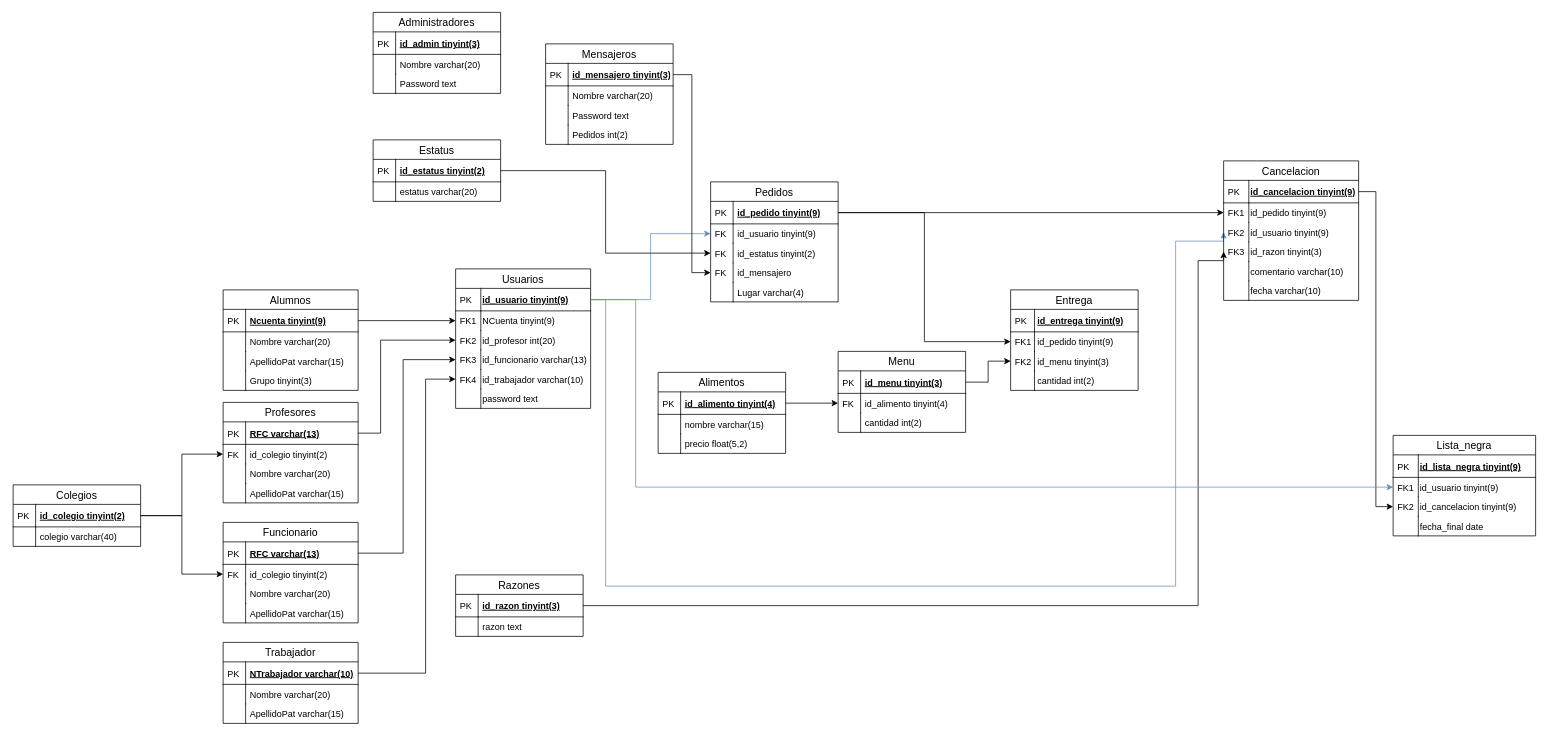
Earlier version of the draw.io diagram bd.drawio (Whoever-ThisIs/Proyecto-1). Source tidied: cells renumbered, new cells numbered last; positions are measured from the earlier drawing's top-left corner, leaving out a move shared by most shapes. Both pictures are drawn from the tidied source at 75%, with x=0, y=0 at pixel (13, 12).
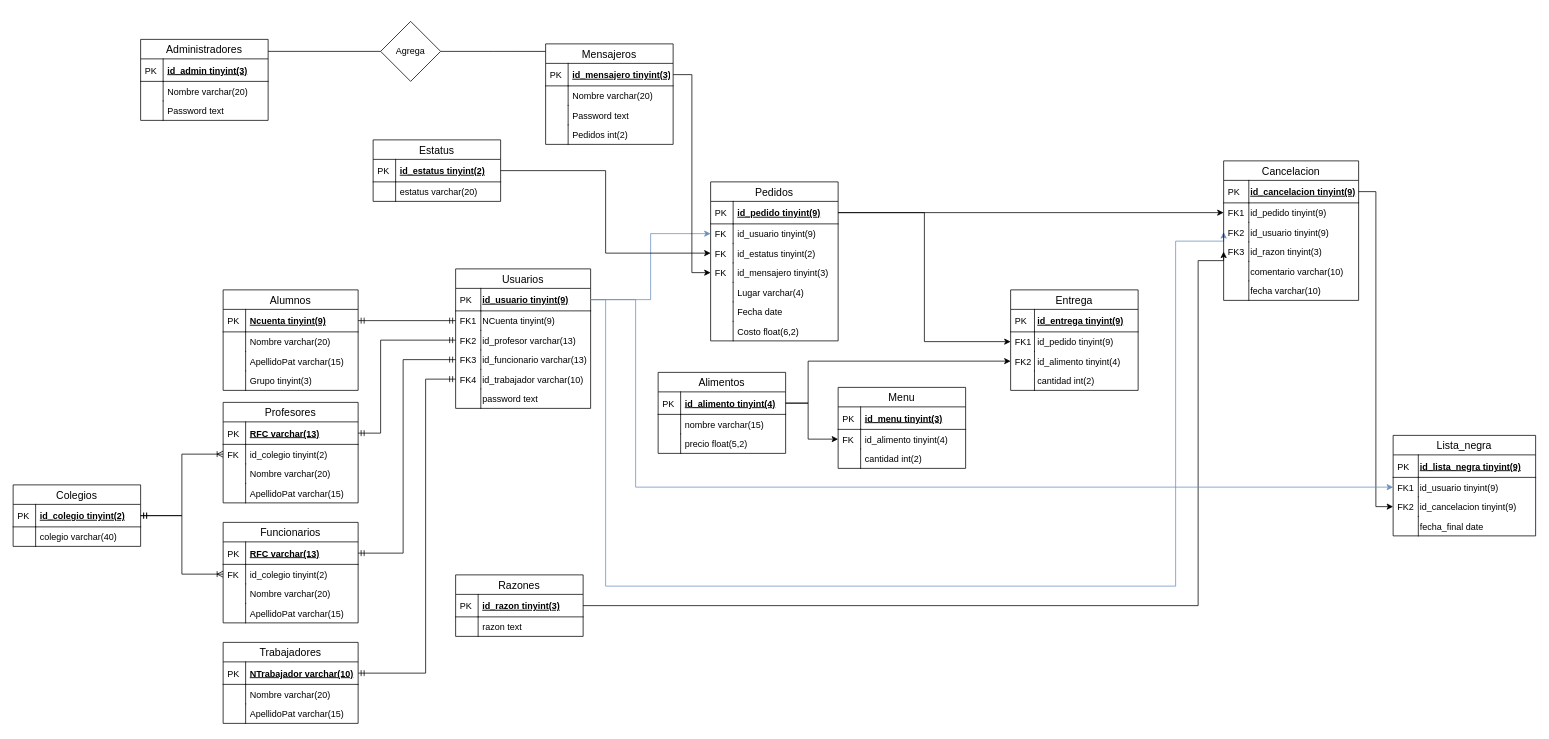
Above is the later version.

Unchanged cells that the change refers to:
```xml
<mxCell id="5" value="Ncuenta tinyint(9)" style="shape=partialRectangle;top=0;left=0;right=0;bottom=1;align=left;verticalAlign=middle;fillColor=none;spacingLeft=34;spacingRight=4;overflow=hidden;points=[[0,0.5],[1,0.5]];portConstraint=eastwest;fontStyle=5;fontSize=12;" parent="4" vertex="1">
  <mxGeometry y="26" width="180" height="30" as="geometry" />
</mxCell>
<mxCell id="13" value="Usuarios" style="swimlane;fontStyle=0;horizontal=1;startSize=26;align=center;fontSize=14;" parent="1" vertex="1">
  <mxGeometry x="590" y="342" width="180" height="186" as="geometry" />
</mxCell>
<mxCell id="16" value="NCuenta tinyint(9)" style="shape=partialRectangle;top=0;left=0;right=0;bottom=0;align=left;verticalAlign=top;fillColor=none;spacingLeft=34;spacingRight=4;overflow=hidden;points=[[0,0.5],[1,0.5]];portConstraint=eastwest;fontSize=12;" parent="13" vertex="1">
  <mxGeometry y="56" width="180" height="26" as="geometry" />
</mxCell>
<mxCell id="20" value="id_funcionario varchar(13)" style="shape=partialRectangle;top=0;left=0;right=0;bottom=0;align=left;verticalAlign=top;fillColor=none;spacingLeft=34;spacingRight=4;overflow=hidden;points=[[0,0.5],[1,0.5]];portConstraint=eastwest;fontSize=12;" parent="13" vertex="1">
  <mxGeometry y="108" width="180" height="26" as="geometry" />
</mxCell>
<mxCell id="22" value="id_trabajador varchar(10)" style="shape=partialRectangle;top=0;left=0;right=0;bottom=0;align=left;verticalAlign=top;fillColor=none;spacingLeft=34;spacingRight=4;overflow=hidden;points=[[0,0.5],[1,0.5]];portConstraint=eastwest;fontSize=12;" parent="13" vertex="1">
  <mxGeometry y="134" width="180" height="26" as="geometry" />
</mxCell>
<mxCell id="27" value="RFC varchar(13)" style="shape=partialRectangle;top=0;left=0;right=0;bottom=1;align=left;verticalAlign=middle;fillColor=none;spacingLeft=34;spacingRight=4;overflow=hidden;points=[[0,0.5],[1,0.5]];portConstraint=eastwest;fontStyle=5;fontSize=12;" parent="26" vertex="1">
  <mxGeometry y="26" width="180" height="30" as="geometry" />
</mxCell>
<mxCell id="29" value="id_colegio tinyint(2)" style="shape=partialRectangle;top=0;left=0;right=0;bottom=0;align=left;verticalAlign=top;fillColor=none;spacingLeft=34;spacingRight=4;overflow=hidden;points=[[0,0.5],[1,0.5]];portConstraint=eastwest;fontSize=12;" parent="26" vertex="1">
  <mxGeometry y="56" width="180" height="26" as="geometry" />
</mxCell>
<mxCell id="36" value="RFC varchar(13)" style="shape=partialRectangle;top=0;left=0;right=0;bottom=1;align=left;verticalAlign=middle;fillColor=none;spacingLeft=34;spacingRight=4;overflow=hidden;points=[[0,0.5],[1,0.5]];portConstraint=eastwest;fontStyle=5;fontSize=12;" parent="35" vertex="1">
  <mxGeometry y="26" width="180" height="30" as="geometry" />
</mxCell>
<mxCell id="38" value="id_colegio tinyint(2)" style="shape=partialRectangle;top=0;left=0;right=0;bottom=0;align=left;verticalAlign=top;fillColor=none;spacingLeft=34;spacingRight=4;overflow=hidden;points=[[0,0.5],[1,0.5]];portConstraint=eastwest;fontSize=12;" parent="35" vertex="1">
  <mxGeometry y="56" width="180" height="26" as="geometry" />
</mxCell>
<mxCell id="46" value="NTrabajador varchar(10)" style="shape=partialRectangle;top=0;left=0;right=0;bottom=1;align=left;verticalAlign=middle;fillColor=none;spacingLeft=34;spacingRight=4;overflow=hidden;points=[[0,0.5],[1,0.5]];portConstraint=eastwest;fontStyle=5;fontSize=12;" parent="45" vertex="1">
  <mxGeometry y="26" width="180" height="30" as="geometry" />
</mxCell>
<mxCell id="69" value="id_colegio tinyint(2)" style="shape=partialRectangle;top=0;left=0;right=0;bottom=1;align=left;verticalAlign=middle;fillColor=none;spacingLeft=34;spacingRight=4;overflow=hidden;points=[[0,0.5],[1,0.5]];portConstraint=eastwest;fontStyle=5;fontSize=12;" parent="68" vertex="1">
  <mxGeometry y="26" width="170" height="30" as="geometry" />
</mxCell>
<mxCell id="74" value="id_alimento tinyint(4)" style="shape=partialRectangle;top=0;left=0;right=0;bottom=1;align=left;verticalAlign=middle;fillColor=none;spacingLeft=34;spacingRight=4;overflow=hidden;points=[[0,0.5],[1,0.5]];portConstraint=eastwest;fontStyle=5;fontSize=12;" parent="73" vertex="1">
  <mxGeometry y="26" width="170" height="30" as="geometry" />
</mxCell>
<mxCell id="87" value="Entrega" style="swimlane;fontStyle=0;horizontal=1;startSize=26;align=center;fontSize=14;" parent="1" vertex="1">
  <mxGeometry x="1330" y="370" width="170" height="134" as="geometry" />
</mxCell>
<mxCell id="136" value="Mensajeros" style="swimlane;fontStyle=0;horizontal=1;startSize=26;align=center;fontSize=14;" parent="1" vertex="1">
  <mxGeometry x="710" y="42" width="170" height="134" as="geometry" />
</mxCell>
```

Diff of the diagram source:
```diff
@@
-    <mxCell id="2" style="edgeStyle=orthogonalEdgeStyle;rounded=0;jettySize=auto;html=1;exitX=1;exitY=0.5;exitDx=0;exitDy=0;entryX=0;entryY=0.5;entryDx=0;entryDy=0;fontSize=14;" parent="1" edge="1" source="5" target="16">
+    <mxCell id="2" style="edgeStyle=orthogonalEdgeStyle;rounded=0;jettySize=auto;html=1;exitX=1;exitY=0.5;exitDx=0;exitDy=0;entryX=0;entryY=0.5;entryDx=0;entryDy=0;fontSize=14;endArrow=ERmandOne;endFill=0;startArrow=ERmandOne;startFill=0;" parent="1" edge="1" source="5" target="16">
       <mxGeometry relative="1" as="geometry" />
     </mxCell>
-    <mxCell id="3" style="edgeStyle=orthogonalEdgeStyle;rounded=0;jettySize=auto;html=1;exitX=1;exitY=0.5;exitDx=0;exitDy=0;entryX=0;entryY=0.5;entryDx=0;entryDy=0;fontSize=14;" parent="1" edge="1" source="27" target="18">
+    <mxCell id="3" style="edgeStyle=orthogonalEdgeStyle;rounded=0;jettySize=auto;html=1;exitX=1;exitY=0.5;exitDx=0;exitDy=0;entryX=0;entryY=0.5;entryDx=0;entryDy=0;fontSize=14;endArrow=ERmandOne;endFill=0;startArrow=ERmandOne;startFill=0;" parent="1" edge="1" source="27" target="18">
       <mxGeometry relative="1" as="geometry">
         <Array as="points">
           <mxPoint x="490" y="561" />
           <mxPoint x="490" y="437" />
         </Array>
       </mxGeometry>
     </mxCell>
@@
-    <mxCell id="18" value="id_profesor int(20)" style="shape=partialRectangle;top=0;left=0;right=0;bottom=0;align=left;verticalAlign=top;fillColor=none;spacingLeft=34;spacingRight=4;overflow=hidden;points=[[0,0.5],[1,0.5]];portConstraint=eastwest;fontSize=12;" parent="13" vertex="1">
+    <mxCell id="18" value="id_profesor varchar(13)" style="shape=partialRectangle;top=0;left=0;right=0;bottom=0;align=left;verticalAlign=top;fillColor=none;spacingLeft=34;spacingRight=4;overflow=hidden;points=[[0,0.5],[1,0.5]];portConstraint=eastwest;fontSize=12;" parent="13" vertex="1">
       <mxGeometry y="82" width="180" height="26" as="geometry" />
     </mxCell>
@@
-    <mxCell id="35" value="Funcionario" style="swimlane;fontStyle=0;horizontal=1;startSize=26;align=center;fontSize=14;" parent="1" vertex="1">
+    <mxCell id="35" value="Funcionarios" style="swimlane;fontStyle=0;horizontal=1;startSize=26;align=center;fontSize=14;" parent="1" vertex="1">
       <mxGeometry x="280" y="680" width="180" height="134" as="geometry" />
     </mxCell>
@@
-    <mxCell id="44" style="edgeStyle=orthogonalEdgeStyle;rounded=0;jettySize=auto;html=1;exitX=1;exitY=0.5;exitDx=0;exitDy=0;entryX=0;entryY=0.5;entryDx=0;entryDy=0;fontSize=14;" parent="1" edge="1" source="36" target="20">
+    <mxCell id="44" style="edgeStyle=orthogonalEdgeStyle;rounded=0;jettySize=auto;html=1;exitX=1;exitY=0.5;exitDx=0;exitDy=0;entryX=0;entryY=0.5;entryDx=0;entryDy=0;fontSize=14;endArrow=ERmandOne;endFill=0;startArrow=ERmandOne;startFill=0;" parent="1" edge="1" source="36" target="20">
       <mxGeometry relative="1" as="geometry">
         <Array as="points">
           <mxPoint x="520" y="721" />
           <mxPoint x="520" y="463" />
         </Array>
       </mxGeometry>
     </mxCell>
-    <mxCell id="45" value="Trabajador" style="swimlane;fontStyle=0;horizontal=1;startSize=26;align=center;fontSize=14;" parent="1" vertex="1">
+    <mxCell id="45" value="Trabajadores" style="swimlane;fontStyle=0;horizontal=1;startSize=26;align=center;fontSize=14;" parent="1" vertex="1">
       <mxGeometry x="280" y="840" width="180" height="108" as="geometry" />
     </mxCell>
@@
-    <mxCell id="52" style="edgeStyle=orthogonalEdgeStyle;rounded=0;jettySize=auto;html=1;exitX=1;exitY=0.5;exitDx=0;exitDy=0;entryX=0;entryY=0.5;entryDx=0;entryDy=0;fontSize=14;" parent="1" edge="1" source="46" target="22">
+    <mxCell id="52" style="edgeStyle=orthogonalEdgeStyle;rounded=0;jettySize=auto;html=1;exitX=1;exitY=0.5;exitDx=0;exitDy=0;entryX=0;entryY=0.5;entryDx=0;entryDy=0;fontSize=14;endArrow=ERmandOne;endFill=0;startArrow=ERmandOne;startFill=0;" parent="1" edge="1" source="46" target="22">
       <mxGeometry relative="1" as="geometry">
         <Array as="points">
           <mxPoint x="550" y="881" />
           <mxPoint x="550" y="489" />
         </Array>
       </mxGeometry>
     </mxCell>
@@
     <mxCell id="58" style="edgeStyle=orthogonalEdgeStyle;rounded=0;jettySize=auto;html=1;exitX=1;exitY=0.5;exitDx=0;exitDy=0;entryX=0;entryY=0.5;entryDx=0;entryDy=0;fontSize=14;" parent="1" edge="1" source="74" target="83">
-      <mxGeometry relative="1" as="geometry" />
+      <mxGeometry relative="1" as="geometry">
+        <Array as="points">
+          <mxPoint x="1060" y="521" />
+          <mxPoint x="1060" y="569" />
+        </Array>
+      </mxGeometry>
     </mxCell>
@@
-    <mxCell id="64" style="edgeStyle=orthogonalEdgeStyle;rounded=0;jettySize=auto;html=1;exitX=1;exitY=0.5;exitDx=0;exitDy=0;entryX=0;entryY=0.5;entryDx=0;entryDy=0;fontSize=14;" parent="1" edge="1" source="81" target="92">
-      <mxGeometry relative="1" as="geometry" />
-    </mxCell>
@@
-    <mxCell id="66" style="edgeStyle=orthogonalEdgeStyle;rounded=0;jettySize=auto;html=1;exitX=1;exitY=0.5;exitDx=0;exitDy=0;entryX=0;entryY=0.5;entryDx=0;entryDy=0;fontSize=14;" parent="1" edge="1" source="69" target="38">
+    <mxCell id="66" style="edgeStyle=orthogonalEdgeStyle;rounded=0;jettySize=auto;html=1;exitX=1;exitY=0.5;exitDx=0;exitDy=0;entryX=0;entryY=0.5;entryDx=0;entryDy=0;fontSize=14;endArrow=ERoneToMany;endFill=0;startArrow=ERmandOne;startFill=0;" parent="1" edge="1" source="69" target="38">
       <mxGeometry relative="1" as="geometry" />
     </mxCell>
-    <mxCell id="67" style="edgeStyle=orthogonalEdgeStyle;rounded=0;jettySize=auto;html=1;exitX=1;exitY=0.5;exitDx=0;exitDy=0;entryX=0;entryY=0.5;entryDx=0;entryDy=0;fontSize=14;" parent="1" edge="1" source="69" target="29">
+    <mxCell id="67" style="edgeStyle=orthogonalEdgeStyle;rounded=0;jettySize=auto;html=1;exitX=1;exitY=0.5;exitDx=0;exitDy=0;entryX=0;entryY=0.5;entryDx=0;entryDy=0;fontSize=14;endArrow=ERoneToMany;endFill=0;startArrow=ERmandOne;startFill=0;" parent="1" edge="1" source="69" target="29">
       <mxGeometry relative="1" as="geometry" />
     </mxCell>
@@
-    <mxCell id="80" value="Menu" style="swimlane;fontStyle=0;horizontal=1;startSize=26;align=center;fontSize=14;" parent="1" vertex="1">
-      <mxGeometry x="1100" y="452" width="170" height="108" as="geometry" />
-    </mxCell>
-    <mxCell id="81" value="id_menu tinyint(3)" style="shape=partialRectangle;top=0;left=0;right=0;bottom=1;align=left;verticalAlign=middle;fillColor=none;spacingLeft=34;spacingRight=4;overflow=hidden;points=[[0,0.5],[1,0.5]];portConstraint=eastwest;fontStyle=5;fontSize=12;" parent="80" vertex="1">
-      <mxGeometry y="26" width="170" height="30" as="geometry" />
-    </mxCell>
-    <mxCell id="82" value="PK" style="shape=partialRectangle;top=0;left=0;bottom=0;fillColor=none;align=left;verticalAlign=middle;spacingLeft=4;spacingRight=4;overflow=hidden;fontSize=12;" parent="81" vertex="1">
-      <mxGeometry width="30" height="30" as="geometry" />
-    </mxCell>
-    <mxCell id="83" value="id_alimento tinyint(4)" style="shape=partialRectangle;top=0;left=0;right=0;bottom=0;align=left;verticalAlign=top;fillColor=none;spacingLeft=34;spacingRight=4;overflow=hidden;points=[[0,0.5],[1,0.5]];portConstraint=eastwest;fontSize=12;" parent="80" vertex="1">
-      <mxGeometry y="56" width="170" height="26" as="geometry" />
-    </mxCell>
-    <mxCell id="84" value="FK" style="shape=partialRectangle;top=0;left=0;bottom=0;fillColor=none;align=left;verticalAlign=top;spacingLeft=4;spacingRight=4;overflow=hidden;fontSize=12;" parent="83" vertex="1">
-      <mxGeometry width="30" height="26" as="geometry" />
-    </mxCell>
-    <mxCell id="85" value="cantidad int(2)" style="shape=partialRectangle;top=0;left=0;right=0;bottom=0;align=left;verticalAlign=top;fillColor=none;spacingLeft=34;spacingRight=4;overflow=hidden;fontSize=12;" parent="80" vertex="1">
-      <mxGeometry y="82" width="170" height="26" as="geometry" />
-    </mxCell>
-    <mxCell id="86" style="shape=partialRectangle;top=0;left=0;bottom=0;fillColor=none;align=left;verticalAlign=top;spacingLeft=4;spacingRight=4;overflow=hidden;fontSize=12;" parent="85" vertex="1">
-      <mxGeometry width="30" height="26" as="geometry" />
-    </mxCell>
@@
-    <mxCell id="92" value="id_menu tinyint(3)" style="shape=partialRectangle;top=0;left=0;right=0;bottom=0;align=left;verticalAlign=top;fillColor=none;spacingLeft=34;spacingRight=4;overflow=hidden;points=[[0,0.5],[1,0.5]];portConstraint=eastwest;fontSize=12;" parent="87" vertex="1">
+    <mxCell id="92" value="id_alimento tinyint(4)" style="shape=partialRectangle;top=0;left=0;right=0;bottom=0;align=left;verticalAlign=top;fillColor=none;spacingLeft=34;spacingRight=4;overflow=hidden;points=[[0,0.5],[1,0.5]];portConstraint=eastwest;fontSize=12;" parent="87" vertex="1">
       <mxGeometry y="82" width="170" height="26" as="geometry" />
     </mxCell>
@@
     <mxCell id="125" value="Pedidos" style="swimlane;fontStyle=0;horizontal=1;startSize=26;align=center;fontSize=14;" parent="1" vertex="1">
-      <mxGeometry x="930" y="226" width="170" height="160" as="geometry" />
+      <mxGeometry x="930" y="226" width="170" height="212" as="geometry" />
     </mxCell>
@@
-    <mxCell id="132" value="id_mensajero" style="shape=partialRectangle;top=0;left=0;right=0;bottom=0;align=left;verticalAlign=top;fillColor=none;spacingLeft=34;spacingRight=4;overflow=hidden;points=[[0,0.5],[1,0.5]];portConstraint=eastwest;fontSize=12;" parent="125" vertex="1">
+    <mxCell id="132" value="id_mensajero tinyint(3)" style="shape=partialRectangle;top=0;left=0;right=0;bottom=0;align=left;verticalAlign=top;fillColor=none;spacingLeft=34;spacingRight=4;overflow=hidden;points=[[0,0.5],[1,0.5]];portConstraint=eastwest;fontSize=12;" parent="125" vertex="1">
       <mxGeometry y="108" width="170" height="26" as="geometry" />
     </mxCell>
@@
+    <mxCell id="153" value="Fecha date" style="shape=partialRectangle;top=0;left=0;right=0;bottom=0;align=left;verticalAlign=top;fillColor=none;spacingLeft=34;spacingRight=4;overflow=hidden;fontSize=12;" parent="125" vertex="1">
+      <mxGeometry y="160" width="170" height="26" as="geometry" />
+    </mxCell>
+    <mxCell id="154" style="shape=partialRectangle;top=0;left=0;bottom=0;fillColor=none;align=left;verticalAlign=top;spacingLeft=4;spacingRight=4;overflow=hidden;fontSize=12;" parent="153" vertex="1">
+      <mxGeometry width="30" height="26" as="geometry" />
+    </mxCell>
+    <mxCell id="155" value="Costo float(6,2)" style="shape=partialRectangle;top=0;left=0;right=0;bottom=0;align=left;verticalAlign=top;fillColor=none;spacingLeft=34;spacingRight=4;overflow=hidden;fontSize=12;" parent="125" vertex="1">
+      <mxGeometry y="186" width="170" height="26" as="geometry" />
+    </mxCell>
+    <mxCell id="156" style="shape=partialRectangle;top=0;left=0;bottom=0;fillColor=none;align=left;verticalAlign=top;spacingLeft=4;spacingRight=4;overflow=hidden;fontSize=12;" parent="155" vertex="1">
+      <mxGeometry width="30" height="26" as="geometry" />
+    </mxCell>
@@
+    <mxCell id="80" value="Menu" style="swimlane;fontStyle=0;horizontal=1;startSize=26;align=center;fontSize=14;" parent="1" vertex="1">
+      <mxGeometry x="1100" y="500" width="170" height="108" as="geometry" />
+    </mxCell>
+    <mxCell id="81" value="id_menu tinyint(3)" style="shape=partialRectangle;top=0;left=0;right=0;bottom=1;align=left;verticalAlign=middle;fillColor=none;spacingLeft=34;spacingRight=4;overflow=hidden;points=[[0,0.5],[1,0.5]];portConstraint=eastwest;fontStyle=5;fontSize=12;" parent="80" vertex="1">
+      <mxGeometry y="26" width="170" height="30" as="geometry" />
+    </mxCell>
+    <mxCell id="82" value="PK" style="shape=partialRectangle;top=0;left=0;bottom=0;fillColor=none;align=left;verticalAlign=middle;spacingLeft=4;spacingRight=4;overflow=hidden;fontSize=12;" parent="81" vertex="1">
+      <mxGeometry width="30" height="30" as="geometry" />
+    </mxCell>
+    <mxCell id="83" value="id_alimento tinyint(4)" style="shape=partialRectangle;top=0;left=0;right=0;bottom=0;align=left;verticalAlign=top;fillColor=none;spacingLeft=34;spacingRight=4;overflow=hidden;points=[[0,0.5],[1,0.5]];portConstraint=eastwest;fontSize=12;" parent="80" vertex="1">
+      <mxGeometry y="56" width="170" height="26" as="geometry" />
+    </mxCell>
+    <mxCell id="84" value="FK" style="shape=partialRectangle;top=0;left=0;bottom=0;fillColor=none;align=left;verticalAlign=top;spacingLeft=4;spacingRight=4;overflow=hidden;fontSize=12;" parent="83" vertex="1">
+      <mxGeometry width="30" height="26" as="geometry" />
+    </mxCell>
+    <mxCell id="85" value="cantidad int(2)" style="shape=partialRectangle;top=0;left=0;right=0;bottom=0;align=left;verticalAlign=top;fillColor=none;spacingLeft=34;spacingRight=4;overflow=hidden;fontSize=12;" parent="80" vertex="1">
+      <mxGeometry y="82" width="170" height="26" as="geometry" />
+    </mxCell>
+    <mxCell id="86" style="shape=partialRectangle;top=0;left=0;bottom=0;fillColor=none;align=left;verticalAlign=top;spacingLeft=4;spacingRight=4;overflow=hidden;fontSize=12;" parent="85" vertex="1">
+      <mxGeometry width="30" height="26" as="geometry" />
+    </mxCell>
+    <mxCell id="157" style="edgeStyle=orthogonalEdgeStyle;rounded=0;jettySize=auto;html=1;exitX=1;exitY=0.5;exitDx=0;exitDy=0;entryX=0;entryY=0.5;entryDx=0;entryDy=0;" parent="1" edge="1" source="74" target="92">
+      <mxGeometry relative="1" as="geometry">
+        <Array as="points">
+          <mxPoint x="1060" y="521" />
+          <mxPoint x="1060" y="465" />
+        </Array>
+      </mxGeometry>
+    </mxCell>
+    <mxCell id="158" style="edgeStyle=orthogonalEdgeStyle;rounded=0;jettySize=auto;html=1;exitX=1;exitY=0.5;exitDx=0;exitDy=0;startArrow=none;startFill=0;endArrow=none;endFill=0;entryX=0;entryY=0.075;entryDx=0;entryDy=0;entryPerimeter=0;" parent="1" edge="1" source="160" target="136">
+      <mxGeometry relative="1" as="geometry" />
+    </mxCell>
+    <mxCell id="159" style="edgeStyle=orthogonalEdgeStyle;rounded=0;jettySize=auto;html=1;exitX=0;exitY=0.5;exitDx=0;exitDy=0;entryX=0.999;entryY=0.148;entryDx=0;entryDy=0;entryPerimeter=0;startArrow=none;startFill=0;endArrow=none;endFill=0;" parent="1" edge="1" source="160" target="146">
+      <mxGeometry relative="1" as="geometry" />
+    </mxCell>
+    <mxCell id="160" value="Agrega" style="rhombus;whiteSpace=wrap;html=1;" parent="1" vertex="1">
+      <mxGeometry x="490" y="12" width="80" height="80" as="geometry" />
+    </mxCell>
     <mxCell id="146" value="Administradores" style="swimlane;fontStyle=0;horizontal=1;startSize=26;align=center;fontSize=14;" parent="1" vertex="1">
-      <mxGeometry x="480" width="170" height="108" as="geometry" />
+      <mxGeometry x="170" y="36" width="170" height="108" as="geometry" />
     </mxCell>
```
